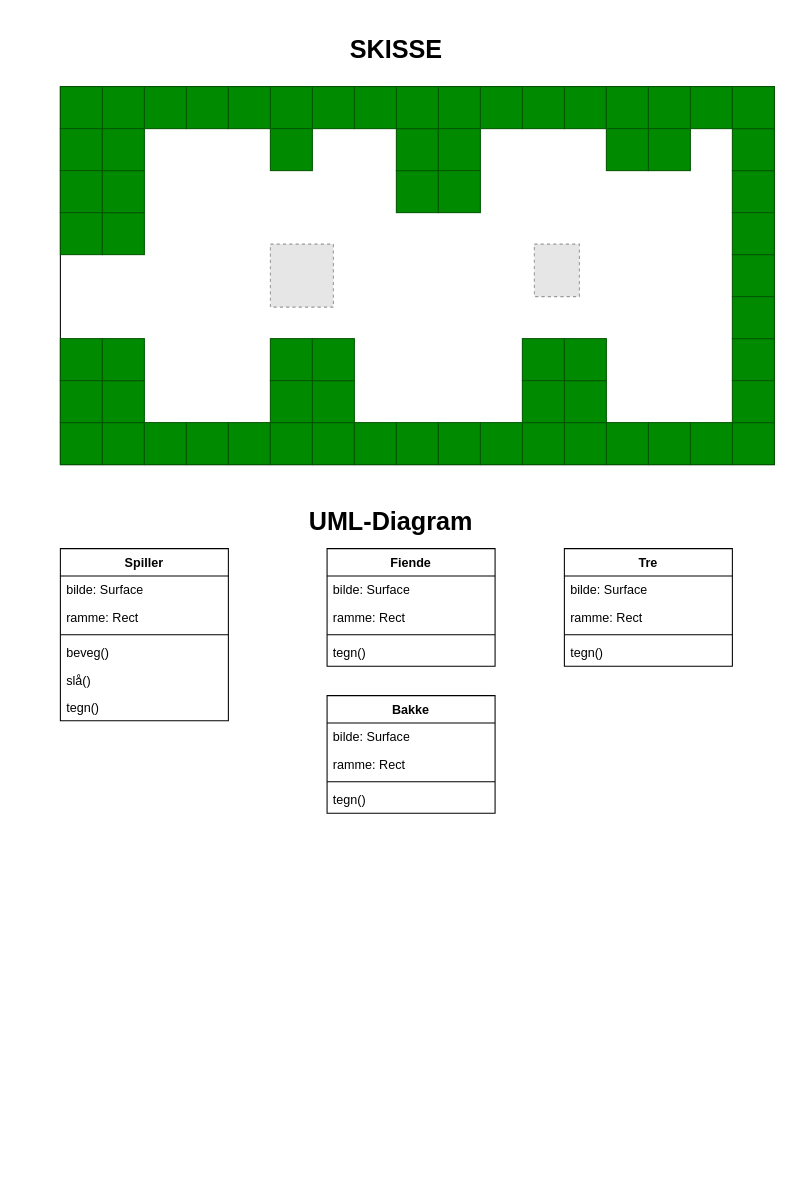
Before: spillprosjekt høst/skisse.drawio in drablos/IT-2, a draw.io diagram. Source tidied: cells renumbered, new cells numbered last; positions are measured from the earlier drawing's top-left corner, leaving out a move shared by most shapes. Both pictures are drawn from the tidied source at 105%, with x=0, y=0 at pixel (60, 34). Pictures stored in the file or linked from it are replaced by grey dashed boxes.
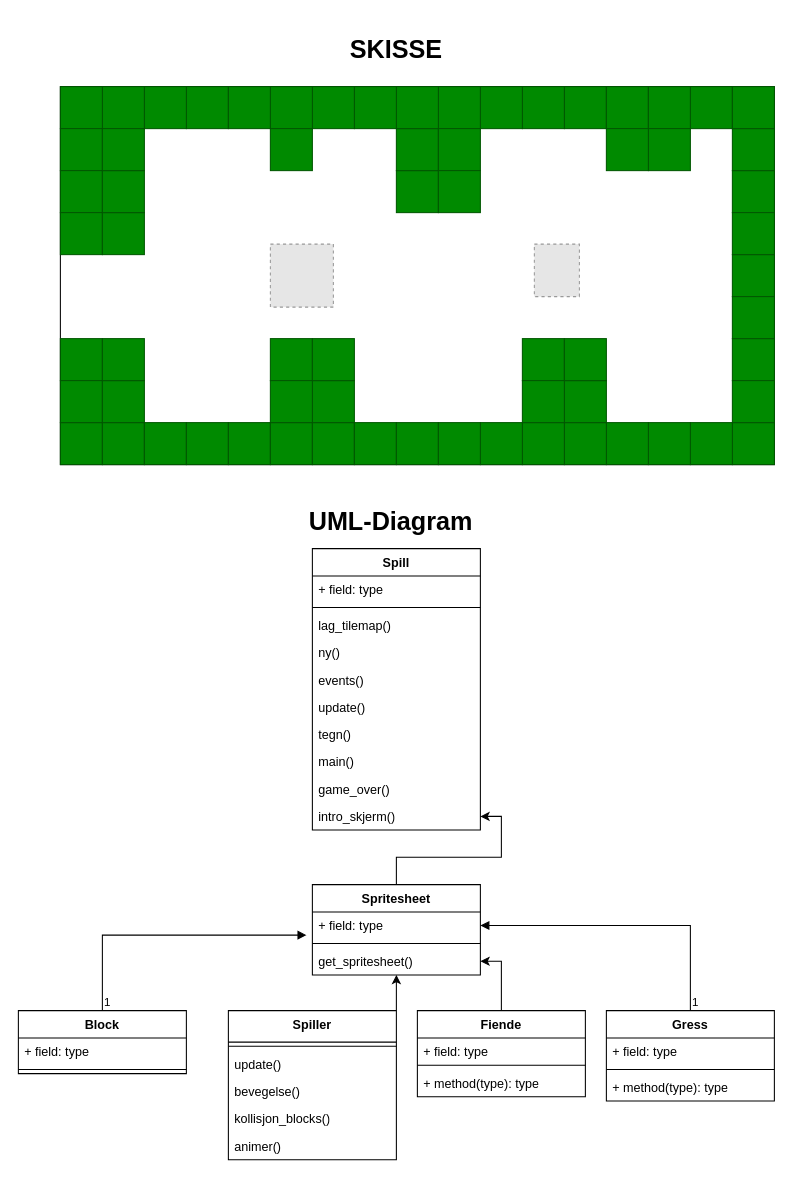
The same diagram, later.

Change to the diagram source:
```diff
@@
-    <mxCell id="73" value="Spiller" style="swimlane;fontStyle=1;align=center;verticalAlign=top;horizontal=1;startSize=26;whiteSpace=wrap;html=1;" parent="1" vertex="1">
-      <mxGeometry y="490" width="160" height="164" as="geometry" />
-    </mxCell>
-    <mxCell id="74" value="bilde: Surface" style="text;strokeColor=none;fillColor=none;align=left;verticalAlign=top;spacingLeft=4;spacingRight=4;overflow=hidden;whiteSpace=wrap;html=1;" parent="73" vertex="1">
-      <mxGeometry y="26" width="160" height="26" as="geometry" />
-    </mxCell>
-    <mxCell id="75" value="ramme: Rect" style="text;strokeColor=none;fillColor=none;align=left;verticalAlign=top;spacingLeft=4;spacingRight=4;overflow=hidden;whiteSpace=wrap;html=1;" parent="73" vertex="1">
-      <mxGeometry y="52" width="160" height="26" as="geometry" />
-    </mxCell>
-    <mxCell id="76" style="line;strokeWidth=1;fillColor=none;align=left;verticalAlign=middle;spacingTop=-1;spacingLeft=3;spacingRight=3;labelPosition=right;strokeColor=inherit;" parent="73" vertex="1">
-      <mxGeometry y="78" width="160" height="8" as="geometry" />
-    </mxCell>
-    <mxCell id="77" value="beveg()" style="text;strokeColor=none;fillColor=none;align=left;verticalAlign=top;spacingLeft=4;spacingRight=4;overflow=hidden;whiteSpace=wrap;html=1;" parent="73" vertex="1">
-      <mxGeometry y="86" width="160" height="26" as="geometry" />
-    </mxCell>
-    <mxCell id="78" value="slå()" style="text;strokeColor=none;fillColor=none;align=left;verticalAlign=top;spacingLeft=4;spacingRight=4;overflow=hidden;whiteSpace=wrap;html=1;" parent="73" vertex="1">
-      <mxGeometry y="112" width="160" height="26" as="geometry" />
-    </mxCell>
-    <mxCell id="79" value="tegn()" style="text;strokeColor=none;fillColor=none;align=left;verticalAlign=top;spacingLeft=4;spacingRight=4;overflow=hidden;whiteSpace=wrap;html=1;" parent="73" vertex="1">
-      <mxGeometry y="138" width="160" height="26" as="geometry" />
-    </mxCell>
+    <mxCell id="95" style="edgeStyle=orthogonalEdgeStyle;rounded=0;jettySize=auto;html=1;" parent="1" edge="1" source="85" target="115">
+      <mxGeometry relative="1" as="geometry">
+        <Array as="points">
+          <mxPoint x="320" y="910" />
+          <mxPoint x="320" y="910" />
+        </Array>
+      </mxGeometry>
+    </mxCell>
+    <mxCell id="85" value="Spiller" style="swimlane;fontStyle=1;align=center;verticalAlign=top;horizontal=1;startSize=30;whiteSpace=wrap;html=1;" parent="1" vertex="1">
+      <mxGeometry x="160" y="930" width="160" height="142" as="geometry" />
+    </mxCell>
+    <mxCell id="88" style="line;strokeWidth=1;fillColor=none;align=left;verticalAlign=middle;spacingTop=-1;spacingLeft=3;spacingRight=3;labelPosition=right;strokeColor=inherit;" parent="85" vertex="1">
+      <mxGeometry y="30" width="160" height="8" as="geometry" />
+    </mxCell>
+    <mxCell id="96" value="update()" style="text;strokeColor=none;fillColor=none;align=left;verticalAlign=top;spacingLeft=4;spacingRight=4;overflow=hidden;whiteSpace=wrap;html=1;" parent="85" vertex="1">
+      <mxGeometry y="38" width="160" height="26" as="geometry" />
+    </mxCell>
+    <mxCell id="97" value="bevegelse()" style="text;strokeColor=none;fillColor=none;align=left;verticalAlign=top;spacingLeft=4;spacingRight=4;overflow=hidden;whiteSpace=wrap;html=1;" parent="85" vertex="1">
+      <mxGeometry y="64" width="160" height="26" as="geometry" />
+    </mxCell>
+    <mxCell id="98" value="kollisjon_blocks()" style="text;strokeColor=none;fillColor=none;align=left;verticalAlign=top;spacingLeft=4;spacingRight=4;overflow=hidden;whiteSpace=wrap;html=1;" parent="85" vertex="1">
+      <mxGeometry y="90" width="160" height="26" as="geometry" />
+    </mxCell>
+    <mxCell id="99" value="animer()" style="text;strokeColor=none;fillColor=none;align=left;verticalAlign=top;spacingLeft=4;spacingRight=4;overflow=hidden;whiteSpace=wrap;html=1;" parent="85" vertex="1">
+      <mxGeometry y="116" width="160" height="26" as="geometry" />
+    </mxCell>
+    <mxCell id="100" value="Spill" style="swimlane;fontStyle=1;align=center;verticalAlign=top;horizontal=1;startSize=26;whiteSpace=wrap;html=1;" parent="1" vertex="1">
+      <mxGeometry x="240" y="490" width="160" height="268" as="geometry" />
+    </mxCell>
+    <mxCell id="101" value="+ field: type" style="text;strokeColor=none;fillColor=none;align=left;verticalAlign=top;spacingLeft=4;spacingRight=4;overflow=hidden;whiteSpace=wrap;html=1;" parent="100" vertex="1">
+      <mxGeometry y="26" width="160" height="26" as="geometry" />
+    </mxCell>
+    <mxCell id="102" style="line;strokeWidth=1;fillColor=none;align=left;verticalAlign=middle;spacingTop=-1;spacingLeft=3;spacingRight=3;labelPosition=right;strokeColor=inherit;" parent="100" vertex="1">
+      <mxGeometry y="52" width="160" height="8" as="geometry" />
+    </mxCell>
+    <mxCell id="103" value="lag_tilemap()" style="text;strokeColor=none;fillColor=none;align=left;verticalAlign=top;spacingLeft=4;spacingRight=4;overflow=hidden;whiteSpace=wrap;html=1;" parent="100" vertex="1">
+      <mxGeometry y="60" width="160" height="26" as="geometry" />
+    </mxCell>
+    <mxCell id="104" value="ny()" style="text;strokeColor=none;fillColor=none;align=left;verticalAlign=top;spacingLeft=4;spacingRight=4;overflow=hidden;whiteSpace=wrap;html=1;" parent="100" vertex="1">
+      <mxGeometry y="86" width="160" height="26" as="geometry" />
+    </mxCell>
+    <mxCell id="105" value="events()" style="text;strokeColor=none;fillColor=none;align=left;verticalAlign=top;spacingLeft=4;spacingRight=4;overflow=hidden;whiteSpace=wrap;html=1;" parent="100" vertex="1">
+      <mxGeometry y="112" width="160" height="26" as="geometry" />
+    </mxCell>
+    <mxCell id="106" value="update()" style="text;strokeColor=none;fillColor=none;align=left;verticalAlign=top;spacingLeft=4;spacingRight=4;overflow=hidden;whiteSpace=wrap;html=1;" parent="100" vertex="1">
+      <mxGeometry y="138" width="160" height="26" as="geometry" />
+    </mxCell>
+    <mxCell id="107" value="tegn()" style="text;strokeColor=none;fillColor=none;align=left;verticalAlign=top;spacingLeft=4;spacingRight=4;overflow=hidden;whiteSpace=wrap;html=1;" parent="100" vertex="1">
+      <mxGeometry y="164" width="160" height="26" as="geometry" />
+    </mxCell>
+    <mxCell id="108" value="main()" style="text;strokeColor=none;fillColor=none;align=left;verticalAlign=top;spacingLeft=4;spacingRight=4;overflow=hidden;whiteSpace=wrap;html=1;" parent="100" vertex="1">
+      <mxGeometry y="190" width="160" height="26" as="geometry" />
+    </mxCell>
+    <mxCell id="109" value="game_over()" style="text;strokeColor=none;fillColor=none;align=left;verticalAlign=top;spacingLeft=4;spacingRight=4;overflow=hidden;whiteSpace=wrap;html=1;" parent="100" vertex="1">
+      <mxGeometry y="216" width="160" height="26" as="geometry" />
+    </mxCell>
+    <mxCell id="110" value="intro_skjerm()" style="text;strokeColor=none;fillColor=none;align=left;verticalAlign=top;spacingLeft=4;spacingRight=4;overflow=hidden;points=[[0,0.5],[1,0.5]];portConstraint=eastwest;whiteSpace=wrap;html=1;" parent="100" vertex="1">
+      <mxGeometry y="242" width="160" height="26" as="geometry" />
+    </mxCell>
+    <mxCell id="111" style="edgeStyle=orthogonalEdgeStyle;rounded=0;jettySize=auto;html=1;" parent="1" edge="1" source="112" target="110">
+      <mxGeometry relative="1" as="geometry" />
+    </mxCell>
+    <mxCell id="112" value="Spritesheet" style="swimlane;fontStyle=1;align=center;verticalAlign=top;horizontal=1;startSize=26;whiteSpace=wrap;html=1;" parent="1" vertex="1">
+      <mxGeometry x="240" y="810" width="160" height="86" as="geometry" />
+    </mxCell>
+    <mxCell id="113" value="+ field: type" style="text;strokeColor=none;fillColor=none;align=left;verticalAlign=top;spacingLeft=4;spacingRight=4;overflow=hidden;points=[[0,0.5],[1,0.5]];portConstraint=eastwest;whiteSpace=wrap;html=1;" parent="112" vertex="1">
+      <mxGeometry y="26" width="160" height="26" as="geometry" />
+    </mxCell>
+    <mxCell id="114" style="line;strokeWidth=1;fillColor=none;align=left;verticalAlign=middle;spacingTop=-1;spacingLeft=3;spacingRight=3;labelPosition=right;strokeColor=inherit;" parent="112" vertex="1">
+      <mxGeometry y="52" width="160" height="8" as="geometry" />
+    </mxCell>
+    <mxCell id="115" value="get_spritesheet()" style="text;strokeColor=none;fillColor=none;align=left;verticalAlign=top;spacingLeft=4;spacingRight=4;overflow=hidden;points=[[0,0.5],[1,0.5]];portConstraint=eastwest;whiteSpace=wrap;html=1;" parent="112" vertex="1">
+      <mxGeometry y="60" width="160" height="26" as="geometry" />
+    </mxCell>
+    <mxCell id="116" value="Block" style="swimlane;fontStyle=1;align=center;verticalAlign=top;horizontal=1;startSize=26;whiteSpace=wrap;html=1;" parent="1" vertex="1">
+      <mxGeometry x="-40" y="930" width="160" height="60" as="geometry" />
+    </mxCell>
+    <mxCell id="117" value="+ field: type" style="text;strokeColor=none;fillColor=none;align=left;verticalAlign=top;spacingLeft=4;spacingRight=4;overflow=hidden;whiteSpace=wrap;html=1;" parent="116" vertex="1">
+      <mxGeometry y="26" width="160" height="26" as="geometry" />
+    </mxCell>
+    <mxCell id="118" style="line;strokeWidth=1;fillColor=none;align=left;verticalAlign=middle;spacingTop=-1;spacingLeft=3;spacingRight=3;labelPosition=right;strokeColor=inherit;" parent="116" vertex="1">
+      <mxGeometry y="52" width="160" height="8" as="geometry" />
+    </mxCell>
+    <mxCell id="119" value="Gress" style="swimlane;fontStyle=1;align=center;verticalAlign=top;horizontal=1;startSize=26;whiteSpace=wrap;html=1;" parent="1" vertex="1">
+      <mxGeometry x="520" y="930" width="160" height="86" as="geometry" />
+    </mxCell>
+    <mxCell id="120" value="+ field: type" style="text;strokeColor=none;fillColor=none;align=left;verticalAlign=top;spacingLeft=4;spacingRight=4;overflow=hidden;whiteSpace=wrap;html=1;" parent="119" vertex="1">
+      <mxGeometry y="26" width="160" height="26" as="geometry" />
+    </mxCell>
+    <mxCell id="121" style="line;strokeWidth=1;fillColor=none;align=left;verticalAlign=middle;spacingTop=-1;spacingLeft=3;spacingRight=3;labelPosition=right;strokeColor=inherit;" parent="119" vertex="1">
+      <mxGeometry y="52" width="160" height="8" as="geometry" />
+    </mxCell>
+    <mxCell id="122" value="+ method(type): type" style="text;strokeColor=none;fillColor=none;align=left;verticalAlign=top;spacingLeft=4;spacingRight=4;overflow=hidden;whiteSpace=wrap;html=1;" parent="119" vertex="1">
+      <mxGeometry y="60" width="160" height="26" as="geometry" />
+    </mxCell>
+    <mxCell id="123" style="endArrow=block;endFill=1;html=1;edgeStyle=orthogonalEdgeStyle;align=left;verticalAlign=top;rounded=0;exitX=0.5;exitY=0;exitDx=0;exitDy=0;entryX=-0.035;entryY=0.85;entryDx=0;entryDy=0;entryPerimeter=0;" parent="1" edge="1" source="116" target="113">
+      <mxGeometry x="-1" relative="1" as="geometry" />
+    </mxCell>
+    <mxCell id="124" value="1" style="edgeLabel;html=1;align=left;verticalAlign=bottom;" parent="123" vertex="1">
+      <mxGeometry x="-1" relative="1" as="geometry" />
+    </mxCell>
+    <mxCell id="125" style="endArrow=block;endFill=1;html=1;edgeStyle=orthogonalEdgeStyle;align=left;verticalAlign=top;rounded=0;exitX=0.5;exitY=0;exitDx=0;exitDy=0;" parent="1" edge="1" source="119" target="113">
+      <mxGeometry x="-1" relative="1" as="geometry" />
+    </mxCell>
+    <mxCell id="126" value="1" style="edgeLabel;html=1;align=left;verticalAlign=bottom;" parent="125" vertex="1">
+      <mxGeometry x="-1" relative="1" as="geometry" />
+    </mxCell>
+    <mxCell id="127" style="edgeStyle=orthogonalEdgeStyle;rounded=0;jettySize=auto;html=1;" parent="1" edge="1" source="80" target="115">
+      <mxGeometry relative="1" as="geometry" />
+    </mxCell>
     <mxCell id="80" value="Fiende" style="swimlane;fontStyle=1;align=center;verticalAlign=top;horizontal=1;startSize=26;whiteSpace=wrap;html=1;" parent="1" vertex="1">
-      <mxGeometry x="254" y="490" width="160" height="112" as="geometry" />
+      <mxGeometry x="340" y="930" width="160" height="82" as="geometry" />
     </mxCell>
-    <mxCell id="81" value="bilde: Surface&lt;br&gt;" style="text;strokeColor=none;fillColor=none;align=left;verticalAlign=top;spacingLeft=4;spacingRight=4;overflow=hidden;whiteSpace=wrap;html=1;" parent="80" vertex="1">
-      <mxGeometry y="26" width="160" height="26" as="geometry" />
-    </mxCell>
-    <mxCell id="82" value="ramme: Rect" style="text;strokeColor=none;fillColor=none;align=left;verticalAlign=top;spacingLeft=4;spacingRight=4;overflow=hidden;whiteSpace=wrap;html=1;" parent="80" vertex="1">
-      <mxGeometry y="52" width="160" height="26" as="geometry" />
-    </mxCell>
-    <mxCell id="83" style="line;strokeWidth=1;fillColor=none;align=left;verticalAlign=middle;spacingTop=-1;spacingLeft=3;spacingRight=3;labelPosition=right;strokeColor=inherit;" parent="80" vertex="1">
-      <mxGeometry y="78" width="160" height="8" as="geometry" />
-    </mxCell>
-    <mxCell id="84" value="tegn()" style="text;strokeColor=none;fillColor=none;align=left;verticalAlign=top;spacingLeft=4;spacingRight=4;overflow=hidden;whiteSpace=wrap;html=1;" parent="80" vertex="1">
-      <mxGeometry y="86" width="160" height="26" as="geometry" />
-    </mxCell>
-    <mxCell id="85" value="Tre" style="swimlane;fontStyle=1;align=center;verticalAlign=top;horizontal=1;startSize=26;whiteSpace=wrap;html=1;" parent="1" vertex="1">
-      <mxGeometry x="480" y="490" width="160" height="112" as="geometry" />
-    </mxCell>
-    <mxCell id="86" value="bilde: Surface" style="text;strokeColor=none;fillColor=none;align=left;verticalAlign=top;spacingLeft=4;spacingRight=4;overflow=hidden;whiteSpace=wrap;html=1;" parent="85" vertex="1">
-      <mxGeometry y="26" width="160" height="26" as="geometry" />
-    </mxCell>
-    <mxCell id="87" value="ramme: Rect" style="text;strokeColor=none;fillColor=none;align=left;verticalAlign=top;spacingLeft=4;spacingRight=4;overflow=hidden;whiteSpace=wrap;html=1;" parent="85" vertex="1">
-      <mxGeometry y="52" width="160" height="26" as="geometry" />
-    </mxCell>
-    <mxCell id="88" style="line;strokeWidth=1;fillColor=none;align=left;verticalAlign=middle;spacingTop=-1;spacingLeft=3;spacingRight=3;labelPosition=right;strokeColor=inherit;" parent="85" vertex="1">
-      <mxGeometry y="78" width="160" height="8" as="geometry" />
-    </mxCell>
-    <mxCell id="89" value="tegn()" style="text;strokeColor=none;fillColor=none;align=left;verticalAlign=top;spacingLeft=4;spacingRight=4;overflow=hidden;whiteSpace=wrap;html=1;" parent="85" vertex="1">
-      <mxGeometry y="86" width="160" height="26" as="geometry" />
-    </mxCell>
-    <mxCell id="90" value="Bakke" style="swimlane;fontStyle=1;align=center;verticalAlign=top;horizontal=1;startSize=26;whiteSpace=wrap;html=1;" parent="1" vertex="1">
-      <mxGeometry x="254" y="630" width="160" height="112" as="geometry" />
-    </mxCell>
-    <mxCell id="91" value="bilde: Surface" style="text;strokeColor=none;fillColor=none;align=left;verticalAlign=top;spacingLeft=4;spacingRight=4;overflow=hidden;whiteSpace=wrap;html=1;" parent="90" vertex="1">
-      <mxGeometry y="26" width="160" height="26" as="geometry" />
-    </mxCell>
-    <mxCell id="92" value="ramme: Rect" style="text;strokeColor=none;fillColor=none;align=left;verticalAlign=top;spacingLeft=4;spacingRight=4;overflow=hidden;whiteSpace=wrap;html=1;" parent="90" vertex="1">
-      <mxGeometry y="52" width="160" height="26" as="geometry" />
-    </mxCell>
-    <mxCell id="93" style="line;strokeWidth=1;fillColor=none;align=left;verticalAlign=middle;spacingTop=-1;spacingLeft=3;spacingRight=3;labelPosition=right;strokeColor=inherit;" parent="90" vertex="1">
-      <mxGeometry y="78" width="160" height="8" as="geometry" />
-    </mxCell>
-    <mxCell id="94" value="tegn()" style="text;strokeColor=none;fillColor=none;align=left;verticalAlign=top;spacingLeft=4;spacingRight=4;overflow=hidden;whiteSpace=wrap;html=1;" parent="90" vertex="1">
-      <mxGeometry y="86" width="160" height="26" as="geometry" />
-    </mxCell>
+    <mxCell id="128" value="+ field: type" style="text;strokeColor=none;fillColor=none;align=left;verticalAlign=top;spacingLeft=4;spacingRight=4;overflow=hidden;whiteSpace=wrap;html=1;" parent="80" vertex="1">
+      <mxGeometry y="26" width="160" height="22" as="geometry" />
+    </mxCell>
+    <mxCell id="129" style="line;strokeWidth=1;fillColor=none;align=left;verticalAlign=middle;spacingTop=-1;spacingLeft=3;spacingRight=3;labelPosition=right;strokeColor=inherit;" parent="80" vertex="1">
+      <mxGeometry y="48" width="160" height="8" as="geometry" />
+    </mxCell>
+    <mxCell id="130" value="+ method(type): type" style="text;strokeColor=none;fillColor=none;align=left;verticalAlign=top;spacingLeft=4;spacingRight=4;overflow=hidden;whiteSpace=wrap;html=1;" parent="80" vertex="1">
+      <mxGeometry y="56" width="160" height="26" as="geometry" />
+    </mxCell>
```
